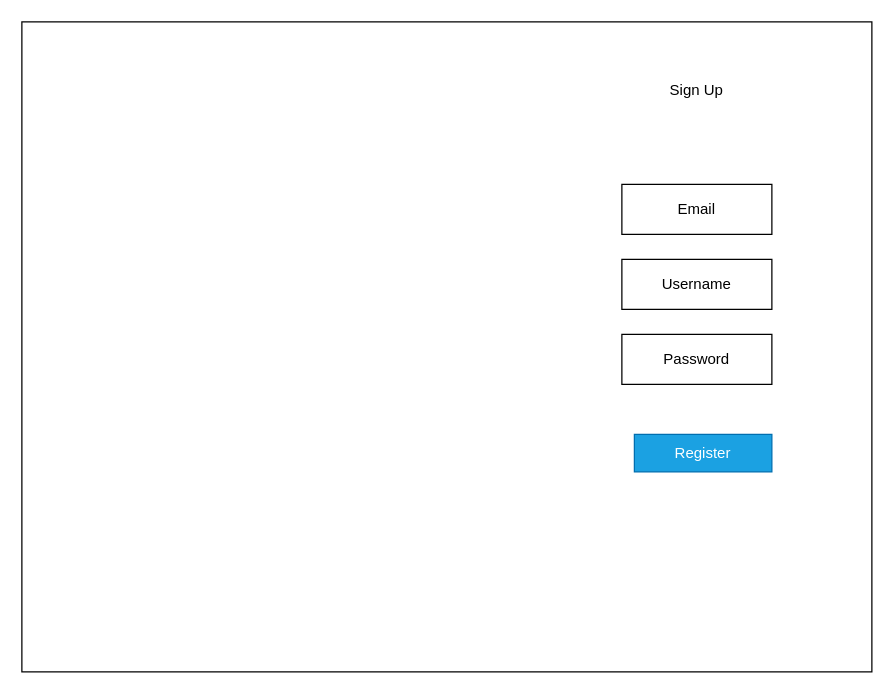
The draw.io diagram designs/UIDesign.drawio in Linara2/AI_PHP_Recipe_Tracker, before the edit. Source tidied: cells renumbered, new cells numbered last; positions are measured from the earlier drawing's top-left corner, leaving out a move shared by most shapes. Both pictures are drawn from the tidied source at 125%, with x=0, y=0 at pixel (21, 21).
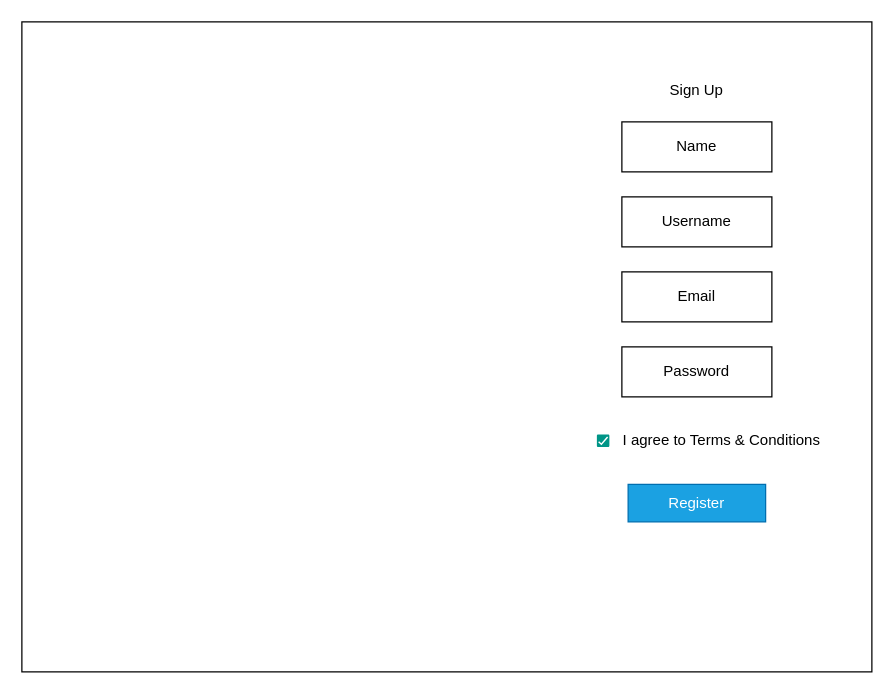
After the change.

The edit, as a diff of the source:
```diff
@@
 <mxGraphModel>
   <root>
     <mxCell id="0" />
     <mxCell id="1" parent="0" />
     <mxCell id="2" style="rounded=0;whiteSpace=wrap;html=1;" parent="1" vertex="1">
       <mxGeometry width="680" height="520" as="geometry" />
     </mxCell>
     <mxCell id="3" value="Email" style="whiteSpace=wrap;html=1;" parent="1" vertex="1">
-      <mxGeometry x="480" y="130" width="120" height="40" as="geometry" />
+      <mxGeometry x="480" y="200" width="120" height="40" as="geometry" />
     </mxCell>
     <mxCell id="4" value="Username" style="whiteSpace=wrap;html=1;" parent="1" vertex="1">
-      <mxGeometry x="480" y="190" width="120" height="40" as="geometry" />
+      <mxGeometry x="480" y="140" width="120" height="40" as="geometry" />
     </mxCell>
     <mxCell id="5" value="Password" style="whiteSpace=wrap;html=1;" parent="1" vertex="1">
-      <mxGeometry x="480" y="250" width="120" height="40" as="geometry" />
+      <mxGeometry x="480" y="260" width="120" height="40" as="geometry" />
     </mxCell>
     <mxCell id="6" value="Register" style="whiteSpace=wrap;html=1;fillColor=#1BA1E2;fontColor=#ffffff;strokeColor=#006EAF;" parent="1" vertex="1">
-      <mxGeometry x="490" y="330" width="110" height="30" as="geometry" />
+      <mxGeometry x="485" y="370" width="110" height="30" as="geometry" />
     </mxCell>
     <mxCell id="7" value="Sign Up" style="text;html=1;strokeColor=none;fillColor=none;align=center;verticalAlign=middle;whiteSpace=wrap;rounded=0;" parent="1" vertex="1">
       <mxGeometry x="510" y="40" width="60" height="30" as="geometry" />
     </mxCell>
+    <mxCell id="8" value="Name" style="whiteSpace=wrap;html=1;" parent="1" vertex="1">
+      <mxGeometry x="480" y="80" width="120" height="40" as="geometry" />
+    </mxCell>
+    <mxCell id="9" style="dashed=0;labelPosition=right;align=left;shape=mxgraph.gmdl.checkbox;strokeColor=none;fillColor=#009587;strokeWidth=2;sketch=0;" parent="1" vertex="1">
+      <mxGeometry x="460" y="330" width="10" height="10" as="geometry" />
+    </mxCell>
+    <mxCell id="10" value="I agree to Terms &amp;amp; Conditions" style="text;html=1;strokeColor=none;fillColor=none;align=center;verticalAlign=middle;whiteSpace=wrap;rounded=0;" parent="1" vertex="1">
+      <mxGeometry x="460" y="320" width="200" height="30" as="geometry" />
+    </mxCell>
   </root>
 </mxGraphModel>
```
